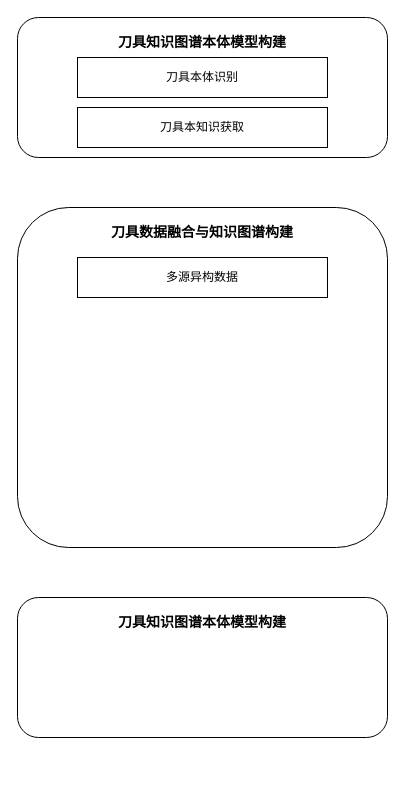
Earlier version of the draw.io diagram Untitled Diagram.drawio (Shenghsin/Feature_Encoding_with_AutoEncoders_for_Weakly-supervised_Anomaly_Detection). Source tidied: cells renumbered, new cells numbered last; positions are measured from the earlier drawing's top-left corner, leaving out a move shared by most shapes. Both pictures are drawn from the tidied source at 100%, with x=0, y=0 at pixel (17, 17).
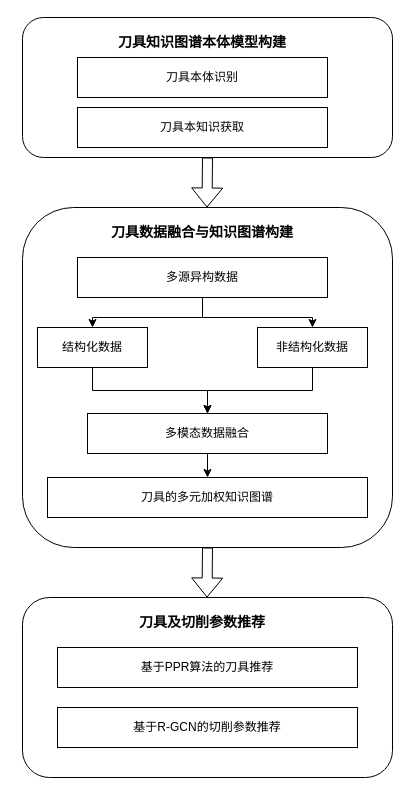
The same page after the edit.

Unchanged cells that the change refers to:
```xml
<mxCell id="10" value="多源异构数据" style="rounded=0;whiteSpace=wrap;html=1;" parent="1" vertex="1">
  <mxGeometry x="60" y="240" width="250" height="40" as="geometry" />
</mxCell>
```

Diff of the diagram source:
```diff
@@
     <mxCell id="2" style="rounded=1;whiteSpace=wrap;html=1;" parent="1" vertex="1">
-      <mxGeometry width="370" height="140" as="geometry" />
+      <mxGeometry x="5" width="370" height="140" as="geometry" />
     </mxCell>
@@
     <mxCell id="4" style="rounded=1;whiteSpace=wrap;html=1;" parent="1" vertex="1">
-      <mxGeometry y="190" width="370" height="340" as="geometry" />
+      <mxGeometry x="5" y="190" width="370" height="340" as="geometry" />
     </mxCell>
@@
     <mxCell id="6" style="rounded=1;whiteSpace=wrap;html=1;" parent="1" vertex="1">
-      <mxGeometry y="580" width="370" height="140" as="geometry" />
+      <mxGeometry x="5" y="580" width="370" height="180" as="geometry" />
     </mxCell>
-    <mxCell id="7" value="&lt;font style=&quot;font-size: 14px;&quot;&gt;&lt;b&gt;刀具知识图谱本体模型构建&lt;/b&gt;&lt;/font&gt;" style="text;html=1;strokeColor=none;fillColor=none;align=center;verticalAlign=middle;whiteSpace=wrap;rounded=0;" parent="1" vertex="1">
+    <mxCell id="7" value="&lt;font style=&quot;font-size: 14px;&quot;&gt;&lt;b&gt;刀具及切削参数推荐&lt;/b&gt;&lt;/font&gt;" style="text;html=1;strokeColor=none;fillColor=none;align=center;verticalAlign=middle;whiteSpace=wrap;rounded=0;" parent="1" vertex="1">
       <mxGeometry x="80" y="590" width="210" height="30" as="geometry" />
     </mxCell>
@@
+    <mxCell id="11" style="edgeStyle=orthogonalEdgeStyle;rounded=0;jettySize=auto;html=1;exitX=0.5;exitY=1;exitDx=0;exitDy=0;entryX=0.5;entryY=0;entryDx=0;entryDy=0;" parent="1" edge="1" source="10" target="14">
+      <mxGeometry relative="1" as="geometry" />
+    </mxCell>
+    <mxCell id="12" style="edgeStyle=orthogonalEdgeStyle;rounded=0;jettySize=auto;html=1;exitX=0.5;exitY=1;exitDx=0;exitDy=0;entryX=0.5;entryY=0;entryDx=0;entryDy=0;" parent="1" edge="1" source="10" target="16">
+      <mxGeometry relative="1" as="geometry" />
+    </mxCell>
@@
+    <mxCell id="13" style="edgeStyle=orthogonalEdgeStyle;rounded=0;jettySize=auto;html=1;exitX=0.5;exitY=1;exitDx=0;exitDy=0;" parent="1" edge="1" source="14" target="17">
+      <mxGeometry relative="1" as="geometry" />
+    </mxCell>
+    <mxCell id="14" value="结构化数据" style="rounded=0;whiteSpace=wrap;html=1;" parent="1" vertex="1">
+      <mxGeometry x="20" y="310" width="110" height="40" as="geometry" />
+    </mxCell>
+    <mxCell id="15" style="edgeStyle=orthogonalEdgeStyle;rounded=0;jettySize=auto;html=1;exitX=0.5;exitY=1;exitDx=0;exitDy=0;entryX=0.5;entryY=0;entryDx=0;entryDy=0;" parent="1" edge="1" source="16" target="17">
+      <mxGeometry relative="1" as="geometry" />
+    </mxCell>
+    <mxCell id="16" value="非结构化数据" style="rounded=0;whiteSpace=wrap;html=1;" parent="1" vertex="1">
+      <mxGeometry x="240" y="310" width="110" height="40" as="geometry" />
+    </mxCell>
+    <mxCell id="17" value="多模态数据融合" style="rounded=0;whiteSpace=wrap;html=1;" parent="1" vertex="1">
+      <mxGeometry x="70" y="396" width="240" height="40" as="geometry" />
+    </mxCell>
+    <mxCell id="18" value="刀具的多元加权知识图谱" style="rounded=0;whiteSpace=wrap;html=1;" parent="1" vertex="1">
+      <mxGeometry x="30" y="460" width="320" height="40" as="geometry" />
+    </mxCell>
+    <mxCell id="19" value="基于PPR算法的刀具推荐" style="rounded=0;whiteSpace=wrap;html=1;" parent="1" vertex="1">
+      <mxGeometry x="40" y="630" width="300" height="40" as="geometry" />
+    </mxCell>
+    <mxCell id="20" value="基于R-GCN的切削参数推荐" style="rounded=0;whiteSpace=wrap;html=1;" parent="1" vertex="1">
+      <mxGeometry x="40" y="690" width="300" height="40" as="geometry" />
+    </mxCell>
+    <mxCell id="21" style="shape=flexArrow;endArrow=classic;html=1;rounded=0;exitX=0.5;exitY=1;exitDx=0;exitDy=0;" parent="1" edge="1" source="2">
+      <mxGeometry relative="1" as="geometry">
+        <mxPoint x="189.5" y="190" as="targetPoint" />
+      </mxGeometry>
+    </mxCell>
+    <mxCell id="22" style="endArrow=classic;html=1;rounded=0;exitX=0.5;exitY=1;exitDx=0;exitDy=0;" parent="1" edge="1" source="17" target="18">
+      <mxGeometry relative="1" as="geometry" />
+    </mxCell>
+    <mxCell id="23" style="shape=flexArrow;endArrow=classic;html=1;rounded=0;exitX=0.5;exitY=1;exitDx=0;exitDy=0;" parent="1" edge="1" source="4">
+      <mxGeometry relative="1" as="geometry">
+        <mxPoint x="189.5" y="580" as="targetPoint" />
+      </mxGeometry>
+    </mxCell>
```
